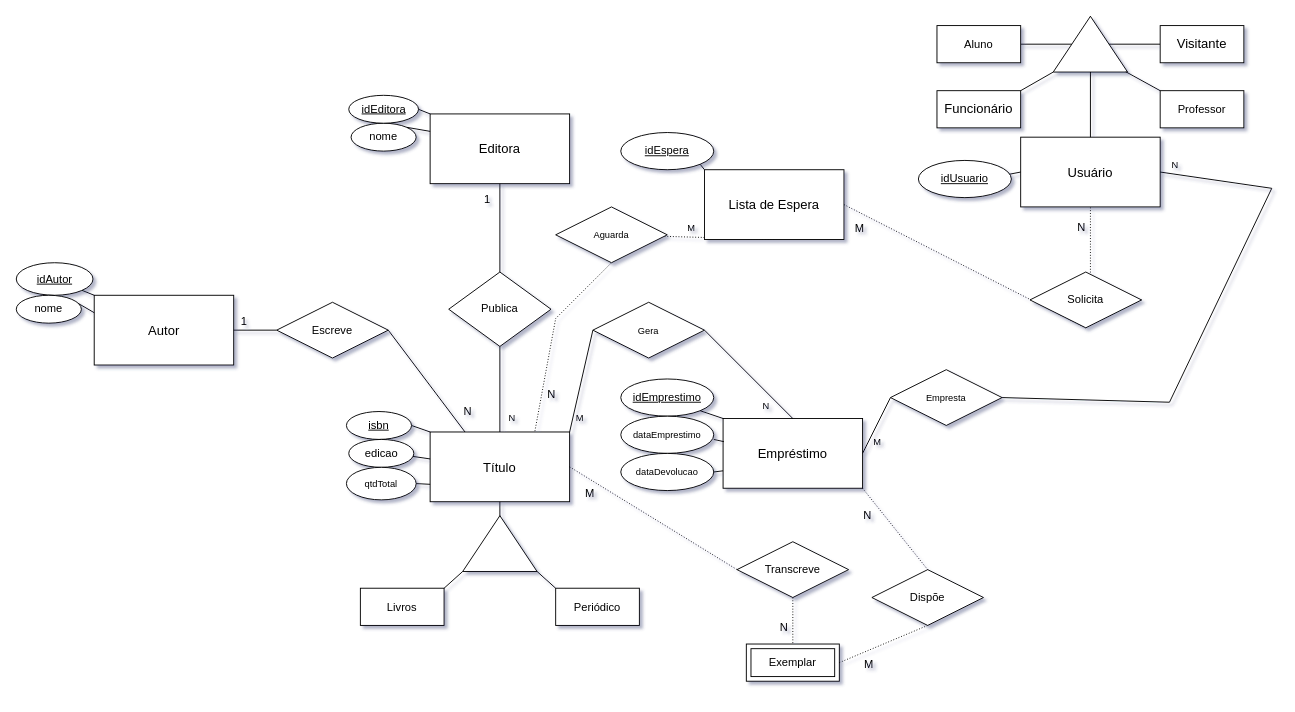
The draw.io diagram library-2023-10-05.drawio in nicholascostap/library-model, before the edit. Source tidied: cells renumbered, new cells numbered last; positions are measured from the earlier drawing's top-left corner, leaving out a move shared by most shapes. Both pictures are drawn from the tidied source at 93%, with x=0, y=0 at pixel (16, 16).
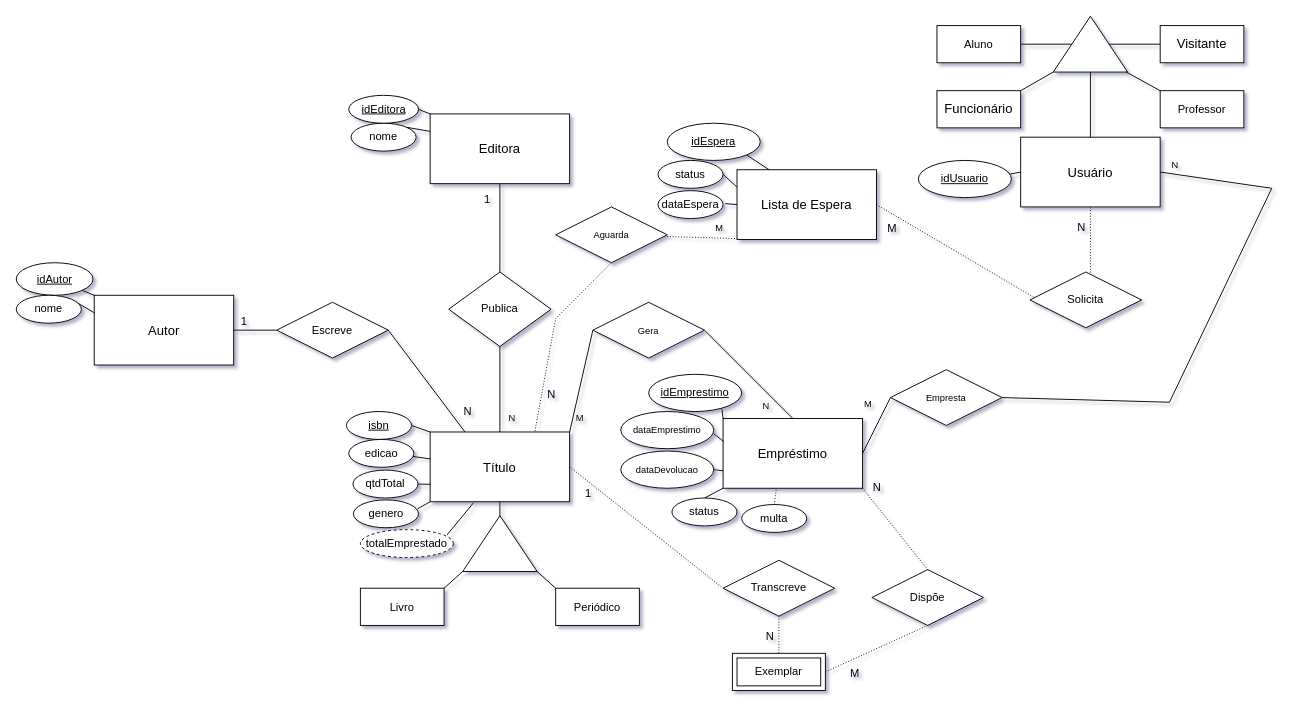
After the change.

Commit message:
[REFACTOR] entities definitions

The change refers to these unchanged cells:
```xml
<mxCell id="2" value="&lt;span style=&quot;font-size: 14px;&quot;&gt;Título&lt;/span&gt;" style="whiteSpace=wrap;html=1;align=center;" parent="1" vertex="1">
  <mxGeometry x="445" y="447" width="150" height="75" as="geometry" />
</mxCell>
<mxCell id="43" value="&lt;span style=&quot;font-size: 14px;&quot;&gt;Empréstimo&lt;/span&gt;" style="whiteSpace=wrap;html=1;align=center;" parent="1" vertex="1">
  <mxGeometry x="760" y="432.5" width="150" height="75" as="geometry" />
</mxCell>
<mxCell id="64" value="Aguarda" style="shape=rhombus;perimeter=rhombusPerimeter;whiteSpace=wrap;html=1;align=center;fontSize=10;" parent="1" vertex="1">
  <mxGeometry x="580" y="205" width="120" height="60" as="geometry" />
</mxCell>
<mxCell id="69" style="endArrow=none;html=1;rounded=0;fontSize=10;exitX=1;exitY=0.5;exitDx=0;exitDy=0;entryX=0;entryY=0.5;entryDx=0;entryDy=0;" parent="1" edge="1" source="43" target="71">
  <mxGeometry relative="1" as="geometry" />
</mxCell>
<mxCell id="81" style="endArrow=none;html=1;rounded=0;dashed=1;dashPattern=1 2;exitX=1;exitY=0.5;exitDx=0;exitDy=0;entryX=0;entryY=0.5;entryDx=0;entryDy=0;" parent="1" edge="1" source="2" target="83">
  <mxGeometry relative="1" as="geometry" />
</mxCell>
<mxCell id="84" style="endArrow=none;html=1;rounded=0;dashed=1;dashPattern=1 2;entryX=1;entryY=1;entryDx=0;entryDy=0;startArrow=none;exitX=0.5;exitY=0;exitDx=0;exitDy=0;" parent="1" edge="1" source="88" target="43">
  <mxGeometry relative="1" as="geometry" />
</mxCell>
```

The edit, as a diff of the source:
```diff
@@
-    <mxCell id="7" value="&lt;font style=&quot;font-size: 12px;&quot;&gt;Livros&lt;/font&gt;" style="rounded=0;whiteSpace=wrap;html=1;fontSize=14;" parent="1" vertex="1">
+    <mxCell id="7" value="&lt;font style=&quot;font-size: 12px;&quot;&gt;Livro&lt;/font&gt;" style="rounded=0;whiteSpace=wrap;html=1;fontSize=14;" parent="1" vertex="1">
       <mxGeometry x="370" y="615" width="90" height="40" as="geometry" />
     </mxCell>
@@
-    <mxCell id="31" value="&lt;font style=&quot;font-size: 10px;&quot;&gt;qtdTotal&lt;/font&gt;" style="ellipse;whiteSpace=wrap;html=1;align=center;fontSize=12;" parent="1" vertex="1">
-      <mxGeometry x="355" y="485" width="75" height="35" as="geometry" />
-    </mxCell>
@@
     <mxCell id="49" value="idEmprestimo" style="ellipse;whiteSpace=wrap;html=1;align=center;fontStyle=4;fontSize=12;" parent="1" vertex="1">
-      <mxGeometry x="650" y="390" width="100" height="40" as="geometry" />
+      <mxGeometry x="680" y="385" width="100" height="40" as="geometry" />
     </mxCell>
-    <mxCell id="50" style="endArrow=none;html=1;rounded=0;fontSize=12;exitX=1;exitY=1;exitDx=0;exitDy=0;entryX=0;entryY=0;entryDx=0;entryDy=0;" parent="1" edge="1" source="49" target="43">
+    <mxCell id="50" style="endArrow=none;html=1;rounded=0;fontSize=12;exitX=0.788;exitY=0.94;exitDx=0;exitDy=0;entryX=0;entryY=0;entryDx=0;entryDy=0;exitPerimeter=0;" parent="1" edge="1" source="49" target="43">
       <mxGeometry relative="1" as="geometry" />
     </mxCell>
     <mxCell id="51" value="&lt;font style=&quot;font-size: 10px;&quot;&gt;dataEmprestimo&lt;/font&gt;" style="ellipse;whiteSpace=wrap;html=1;align=center;fontSize=12;" parent="1" vertex="1">
-      <mxGeometry x="650" y="430" width="100" height="40" as="geometry" />
+      <mxGeometry x="650" y="425" width="100" height="40" as="geometry" />
     </mxCell>
-    <mxCell id="52" style="endArrow=none;html=1;rounded=0;fontSize=10;entryX=0.006;entryY=0.332;entryDx=0;entryDy=0;entryPerimeter=0;" parent="1" edge="1" target="43">
-      <mxGeometry relative="1" as="geometry">
-        <mxPoint x="750" y="455" as="sourcePoint" />
-      </mxGeometry>
+    <mxCell id="52" style="endArrow=none;html=1;rounded=0;fontSize=10;entryX=0.006;entryY=0.332;entryDx=0;entryDy=0;entryPerimeter=0;exitX=0.997;exitY=0.592;exitDx=0;exitDy=0;exitPerimeter=0;" parent="1" edge="1" source="51" target="43">
+      <mxGeometry relative="1" as="geometry" />
     </mxCell>
     <mxCell id="53" value="dataDevolucao" style="ellipse;whiteSpace=wrap;html=1;align=center;fontSize=10;" parent="1" vertex="1">
-      <mxGeometry x="650" y="470" width="100" height="40" as="geometry" />
+      <mxGeometry x="650" y="467.5" width="100" height="40" as="geometry" />
     </mxCell>
@@
-    <mxCell id="62" style="endArrow=none;html=1;rounded=0;dashed=1;dashPattern=1 2;fontSize=10;exitX=0.5;exitY=1;exitDx=0;exitDy=0;" parent="1" edge="1" source="66" target="64">
+    <mxCell id="62" style="endArrow=none;html=1;rounded=0;dashed=1;dashPattern=1 2;fontSize=10;exitX=0.085;exitY=0.992;exitDx=0;exitDy=0;exitPerimeter=0;" parent="1" edge="1" source="66" target="64">
       <mxGeometry relative="1" as="geometry" />
     </mxCell>
     <mxCell id="63" value="M" style="html=1;align=left;verticalAlign=bottom;fontSize=10;" parent="62" vertex="1">
       <mxGeometry x="-1" relative="1" as="geometry">
-        <mxPoint x="-95" y="-5" as="offset" />
+        <mxPoint x="-38" y="-4" as="offset" />
       </mxGeometry>
     </mxCell>
@@
-    <mxCell id="65" style="endArrow=none;html=1;rounded=0;fontSize=10;exitX=1;exitY=1;exitDx=0;exitDy=0;entryX=0;entryY=0;entryDx=0;entryDy=0;" parent="1" edge="1" source="72" target="66">
+    <mxCell id="65" style="endArrow=none;html=1;rounded=0;fontSize=10;exitX=1;exitY=1;exitDx=0;exitDy=0;entryX=0.239;entryY=0.012;entryDx=0;entryDy=0;entryPerimeter=0;" parent="1" edge="1" source="72" target="66">
       <mxGeometry relative="1" as="geometry" />
     </mxCell>
     <mxCell id="66" value="&lt;span style=&quot;font-size: 14px;&quot;&gt;Lista de Espera&lt;/span&gt;" style="whiteSpace=wrap;html=1;align=center;" parent="1" vertex="1">
-      <mxGeometry x="740" y="165" width="150" height="75" as="geometry" />
+      <mxGeometry x="775" y="165" width="150" height="75" as="geometry" />
     </mxCell>
@@
     <mxCell id="70" value="M" style="html=1;align=left;verticalAlign=bottom;fontSize=10;" parent="69" vertex="1">
       <mxGeometry x="-1" relative="1" as="geometry">
-        <mxPoint x="10" y="-5" as="offset" />
+        <mxPoint y="-45" as="offset" />
       </mxGeometry>
     </mxCell>
@@
     <mxCell id="72" value="idEspera" style="ellipse;whiteSpace=wrap;html=1;align=center;fontStyle=4;" parent="1" vertex="1">
-      <mxGeometry x="650" y="125" width="100" height="40" as="geometry" />
+      <mxGeometry x="700" y="115" width="100" height="40" as="geometry" />
     </mxCell>
@@
     <mxCell id="78" value="Exemplar" style="shape=ext;margin=3;double=1;whiteSpace=wrap;html=1;align=center;" parent="1" vertex="1">
-      <mxGeometry x="785" y="675" width="100" height="40" as="geometry" />
+      <mxGeometry x="770" y="685" width="100" height="40" as="geometry" />
     </mxCell>
@@
-    <mxCell id="82" value="M" style="html=1;align=left;verticalAlign=bottom;" parent="81" vertex="1">
+    <mxCell id="82" value="1" style="html=1;align=left;verticalAlign=bottom;" parent="81" vertex="1">
       <mxGeometry x="-1" relative="1" as="geometry">
         <mxPoint x="15" y="36" as="offset" />
       </mxGeometry>
     </mxCell>
     <mxCell id="83" value="Transcreve" style="shape=rhombus;perimeter=rhombusPerimeter;whiteSpace=wrap;html=1;align=center;" parent="1" vertex="1">
-      <mxGeometry x="775" y="565" width="120" height="60" as="geometry" />
+      <mxGeometry x="760" y="585" width="120" height="60" as="geometry" />
     </mxCell>
@@
     <mxCell id="85" value="N" style="html=1;align=right;verticalAlign=bottom;" parent="84" vertex="1">
       <mxGeometry x="1" relative="1" as="geometry">
-        <mxPoint x="10" y="37" as="offset" />
+        <mxPoint x="20" y="7" as="offset" />
       </mxGeometry>
     </mxCell>
@@
+    <mxCell id="89" style="endArrow=none;html=1;rounded=0;fontSize=10;exitX=1.037;exitY=0.465;exitDx=0;exitDy=0;entryX=0;entryY=0.5;entryDx=0;entryDy=0;exitPerimeter=0;" parent="1" edge="1" source="92" target="66">
+      <mxGeometry relative="1" as="geometry" />
+    </mxCell>
+    <mxCell id="90" value="status" style="ellipse;whiteSpace=wrap;html=1;align=center;fontSize=12;" parent="1" vertex="1">
+      <mxGeometry x="690" y="155" width="70" height="30" as="geometry" />
+    </mxCell>
+    <mxCell id="91" style="endArrow=none;html=1;rounded=0;entryX=0;entryY=0.25;entryDx=0;entryDy=0;exitX=1;exitY=0.5;exitDx=0;exitDy=0;" parent="1" edge="1" source="90" target="66">
+      <mxGeometry relative="1" as="geometry" />
+    </mxCell>
+    <mxCell id="92" value="dataEspera" style="ellipse;whiteSpace=wrap;html=1;align=center;fontSize=12;" parent="1" vertex="1">
+      <mxGeometry x="690" y="187.5" width="70" height="30" as="geometry" />
+    </mxCell>
+    <mxCell id="93" style="endArrow=none;html=1;rounded=0;exitX=0.986;exitY=0.322;exitDx=0;exitDy=0;exitPerimeter=0;entryX=0;entryY=1;entryDx=0;entryDy=0;" parent="1" edge="1" source="94" target="2">
+      <mxGeometry relative="1" as="geometry" />
+    </mxCell>
+    <mxCell id="94" value="genero" style="ellipse;whiteSpace=wrap;html=1;align=center;fontSize=12;" parent="1" vertex="1">
+      <mxGeometry x="362.5" y="520" width="70" height="30" as="geometry" />
+    </mxCell>
+    <mxCell id="95" style="endArrow=none;html=1;rounded=0;entryX=0;entryY=1;entryDx=0;entryDy=0;exitX=0.5;exitY=0;exitDx=0;exitDy=0;" parent="1" edge="1" source="96" target="43">
+      <mxGeometry relative="1" as="geometry" />
+    </mxCell>
+    <mxCell id="96" value="status" style="ellipse;whiteSpace=wrap;html=1;align=center;fontSize=12;" parent="1" vertex="1">
+      <mxGeometry x="705" y="518" width="70" height="30" as="geometry" />
+    </mxCell>
+    <mxCell id="97" value="multa" style="ellipse;whiteSpace=wrap;html=1;align=center;fontSize=12;" parent="1" vertex="1">
+      <mxGeometry x="780" y="525" width="70" height="30" as="geometry" />
+    </mxCell>
+    <mxCell id="98" style="endArrow=none;html=1;rounded=0;dashed=1;dashPattern=1 2;exitX=0.5;exitY=0;exitDx=0;exitDy=0;entryX=0.382;entryY=1.005;entryDx=0;entryDy=0;entryPerimeter=0;" parent="1" edge="1" source="97" target="43">
+      <mxGeometry relative="1" as="geometry" />
+    </mxCell>
+    <mxCell id="99" value="totalEmprestado" style="ellipse;whiteSpace=wrap;html=1;align=center;dashed=1;" parent="1" vertex="1">
+      <mxGeometry x="370" y="552" width="100" height="30" as="geometry" />
+    </mxCell>
+    <mxCell id="100" style="endArrow=none;html=1;rounded=0;exitX=0.931;exitY=0.191;exitDx=0;exitDy=0;exitPerimeter=0;entryX=0.312;entryY=1.013;entryDx=0;entryDy=0;entryPerimeter=0;" parent="1" edge="1" source="99" target="2">
+      <mxGeometry relative="1" as="geometry" />
+    </mxCell>
+    <mxCell id="31" value="qtdTotal" style="ellipse;whiteSpace=wrap;html=1;align=center;fontSize=12;" parent="1" vertex="1">
+      <mxGeometry x="362" y="488" width="70" height="30" as="geometry" />
+    </mxCell>
```
